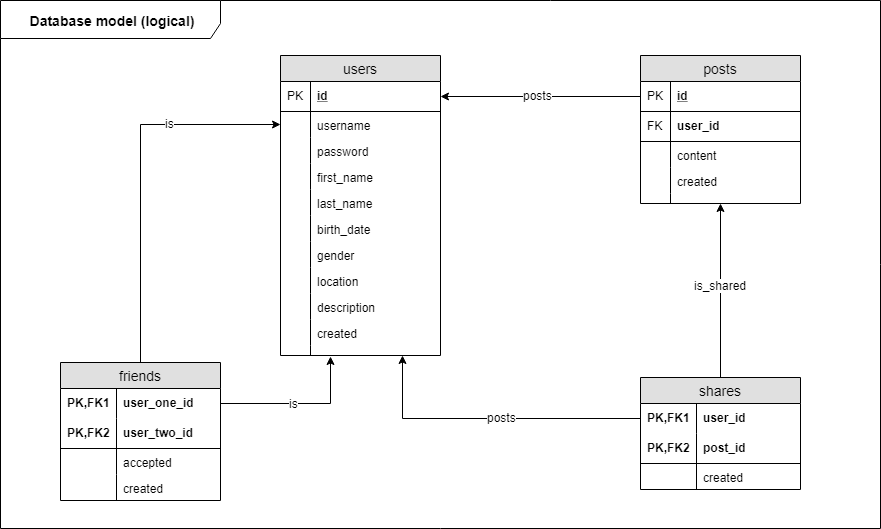
The draw.io diagram documentation/database/Database Model (logical).png in marcheimendinger/little-social-network, before a commit. Source tidied: cells renumbered, new cells last; positions are measured from the earlier drawing's top-left corner, leaving out a move shared by most shapes.
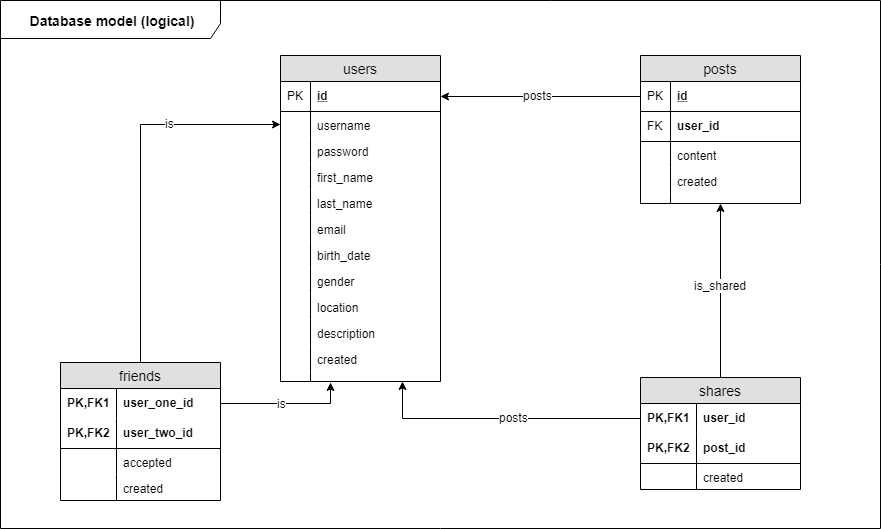
After the change.

What changed in the source:
```diff
@@ -124,7 +124,7 @@
       <mxGeometry x="0.06" y="-2" relative="1" as="geometry" />
     </mxCell>
     <mxCell id="31" value="users" style="swimlane;fontStyle=0;horizontal=1;startSize=26;fillColor=#e0e0e0;swimlaneFillColor=#ffffff;align=center;fontSize=14;" parent="1" vertex="1">
-      <mxGeometry x="640" y="55" width="160" height="300" as="geometry" />
+      <mxGeometry x="640" y="55" width="160" height="326" as="geometry" />
     </mxCell>
     <mxCell id="32" value="id" style="shape=partialRectangle;top=0;left=0;right=0;bottom=1;align=left;verticalAlign=middle;fillColor=none;spacingLeft=34;spacingRight=4;overflow=hidden;points=[[0,0.5],[1,0.5]];portConstraint=eastwest;fontStyle=5;fontSize=12;" parent="31" vertex="1">
       <mxGeometry y="26" width="160" height="30" as="geometry" />
@@ -156,38 +156,44 @@
     <mxCell id="41" style="shape=partialRectangle;top=0;left=0;bottom=0;fillColor=none;align=left;verticalAlign=top;spacingLeft=4;spacingRight=4;overflow=hidden;fontSize=12;" parent="40" vertex="1">
       <mxGeometry width="30" height="26" as="geometry" />
     </mxCell>
+    <mxCell id="91" value="email" style="shape=partialRectangle;top=0;left=0;right=0;bottom=0;align=left;verticalAlign=top;fillColor=none;spacingLeft=34;spacingRight=4;overflow=hidden;fontSize=12;" parent="31" vertex="1">
+      <mxGeometry y="160" width="160" height="26" as="geometry" />
+    </mxCell>
+    <mxCell id="92" style="shape=partialRectangle;top=0;left=0;bottom=0;fillColor=none;align=left;verticalAlign=top;spacingLeft=4;spacingRight=4;overflow=hidden;fontSize=12;" parent="91" vertex="1">
+      <mxGeometry width="30" height="26" as="geometry" />
+    </mxCell>
     <mxCell id="42" value="birth_date" style="shape=partialRectangle;top=0;left=0;right=0;bottom=0;align=left;verticalAlign=top;fillColor=none;spacingLeft=34;spacingRight=4;overflow=hidden;fontSize=12;" parent="31" vertex="1">
-      <mxGeometry y="160" width="160" height="26" as="geometry" />
+      <mxGeometry y="186" width="160" height="26" as="geometry" />
     </mxCell>
     <mxCell id="43" style="shape=partialRectangle;top=0;left=0;bottom=0;fillColor=none;align=left;verticalAlign=top;spacingLeft=4;spacingRight=4;overflow=hidden;fontSize=12;" parent="42" vertex="1">
       <mxGeometry width="30" height="26" as="geometry" />
     </mxCell>
     <mxCell id="44" value="gender" style="shape=partialRectangle;top=0;left=0;right=0;bottom=0;align=left;verticalAlign=top;fillColor=none;spacingLeft=34;spacingRight=4;overflow=hidden;fontSize=12;" parent="31" vertex="1">
-      <mxGeometry y="186" width="160" height="26" as="geometry" />
+      <mxGeometry y="212" width="160" height="26" as="geometry" />
     </mxCell>
     <mxCell id="45" style="shape=partialRectangle;top=0;left=0;bottom=0;fillColor=none;align=left;verticalAlign=top;spacingLeft=4;spacingRight=4;overflow=hidden;fontSize=12;" parent="44" vertex="1">
       <mxGeometry width="30" height="26" as="geometry" />
     </mxCell>
     <mxCell id="46" value="location" style="shape=partialRectangle;top=0;left=0;right=0;bottom=0;align=left;verticalAlign=top;fillColor=none;spacingLeft=34;spacingRight=4;overflow=hidden;fontSize=12;" parent="31" vertex="1">
-      <mxGeometry y="212" width="160" height="26" as="geometry" />
+      <mxGeometry y="238" width="160" height="26" as="geometry" />
     </mxCell>
     <mxCell id="47" style="shape=partialRectangle;top=0;left=0;bottom=0;fillColor=none;align=left;verticalAlign=top;spacingLeft=4;spacingRight=4;overflow=hidden;fontSize=12;" parent="46" vertex="1">
       <mxGeometry width="30" height="26" as="geometry" />
     </mxCell>
     <mxCell id="48" value="description" style="shape=partialRectangle;top=0;left=0;right=0;bottom=0;align=left;verticalAlign=top;fillColor=none;spacingLeft=34;spacingRight=4;overflow=hidden;fontSize=12;" parent="31" vertex="1">
-      <mxGeometry y="238" width="160" height="26" as="geometry" />
+      <mxGeometry y="264" width="160" height="26" as="geometry" />
     </mxCell>
     <mxCell id="49" style="shape=partialRectangle;top=0;left=0;bottom=0;fillColor=none;align=left;verticalAlign=top;spacingLeft=4;spacingRight=4;overflow=hidden;fontSize=12;" parent="48" vertex="1">
       <mxGeometry width="30" height="26" as="geometry" />
     </mxCell>
     <mxCell id="50" value="created" style="shape=partialRectangle;top=0;left=0;right=0;bottom=0;align=left;verticalAlign=top;fillColor=none;spacingLeft=34;spacingRight=4;overflow=hidden;fontSize=12;" parent="31" vertex="1">
-      <mxGeometry y="264" width="160" height="26" as="geometry" />
+      <mxGeometry y="290" width="160" height="26" as="geometry" />
     </mxCell>
     <mxCell id="51" style="shape=partialRectangle;top=0;left=0;bottom=0;fillColor=none;align=left;verticalAlign=top;spacingLeft=4;spacingRight=4;overflow=hidden;fontSize=12;" parent="50" vertex="1">
       <mxGeometry width="30" height="26" as="geometry" />
     </mxCell>
     <mxCell id="52" style="shape=partialRectangle;top=0;left=0;right=0;bottom=0;align=left;verticalAlign=top;fillColor=none;spacingLeft=34;spacingRight=4;overflow=hidden;points=[[0,0.5],[1,0.5]];portConstraint=eastwest;fontSize=12;" parent="31" vertex="1">
-      <mxGeometry y="290" width="160" height="10" as="geometry" />
+      <mxGeometry y="316" width="160" height="10" as="geometry" />
     </mxCell>
     <mxCell id="53" style="shape=partialRectangle;top=0;left=0;bottom=0;fillColor=none;align=left;verticalAlign=top;spacingLeft=4;spacingRight=4;overflow=hidden;fontSize=12;" parent="52" vertex="1">
       <mxGeometry width="30" height="10" as="geometry" />
```
